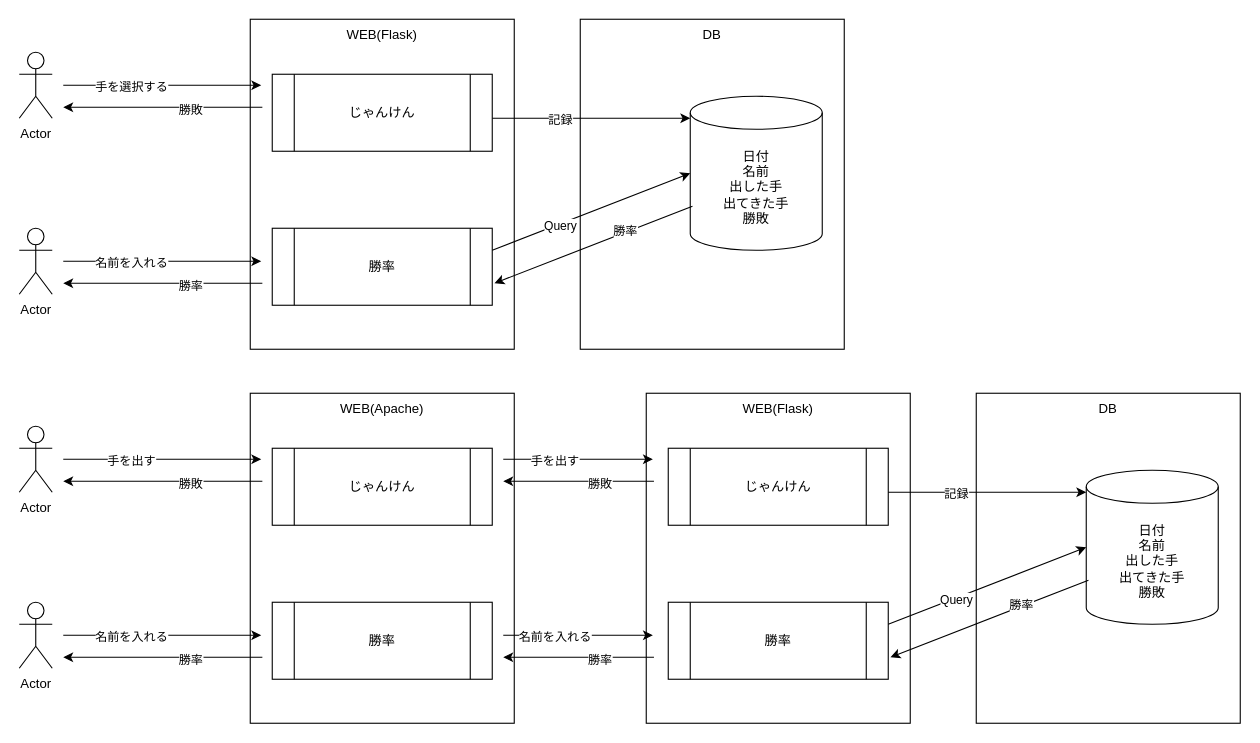
The draw.io diagram basic_system.drawio in kayaru28/drawio, before the edit. Source tidied: cells renumbered, new cells numbered last; positions are measured from the earlier drawing's top-left corner, leaving out a move shared by most shapes. Both pictures are drawn from the tidied source at 110%, with x=0, y=0 at pixel (19, 19).
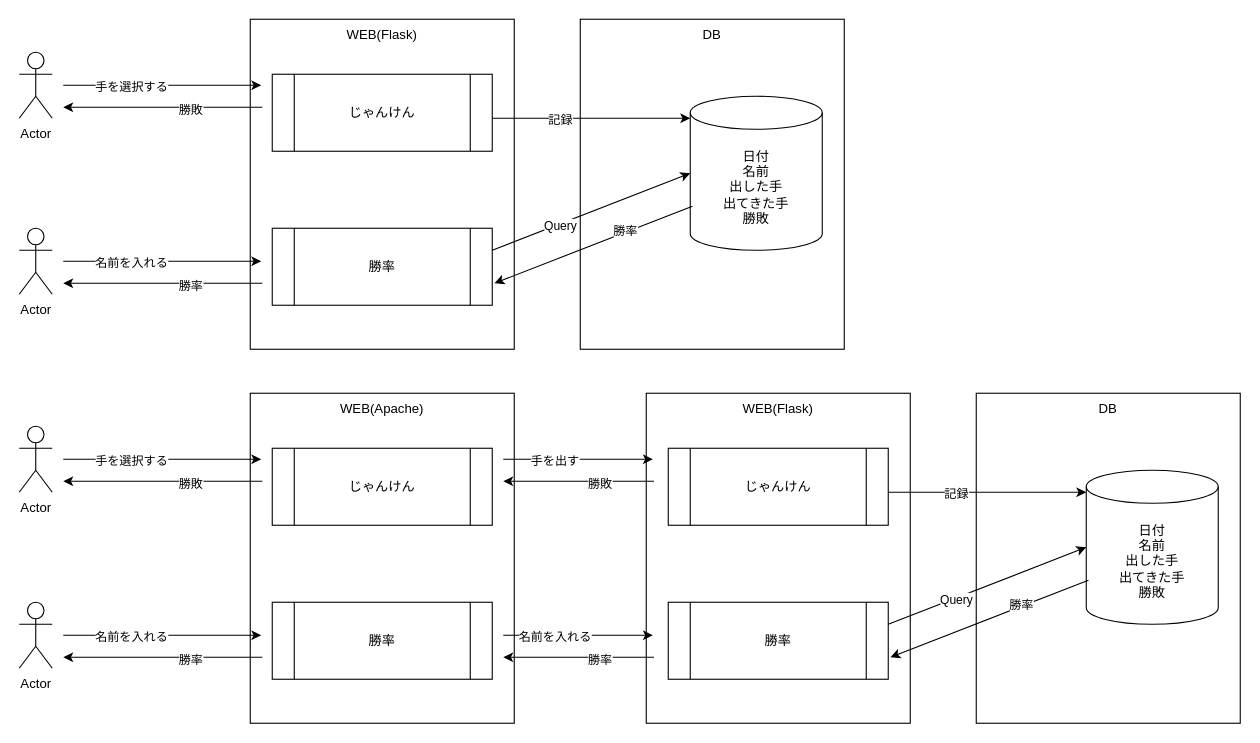
Above is the later version.

Unchanged cells that the change refers to:
```xml
<mxCell id="33" style="endArrow=classic;html=1;" parent="1" edge="1">
  <mxGeometry relative="1" as="geometry">
    <mxPoint x="40" y="400" as="sourcePoint" />
    <mxPoint x="220" y="400" as="targetPoint" />
  </mxGeometry>
</mxCell>
```

Diff of the diagram source:
```diff
@@
-    <mxCell id="34" value="&lt;div&gt;手を出す&lt;/div&gt;" style="edgeLabel;html=1;align=center;verticalAlign=middle;" parent="33" vertex="1">
+    <mxCell id="34" value="&lt;div&gt;手を選択する&lt;/div&gt;" style="edgeLabel;html=1;align=center;verticalAlign=middle;" parent="33" vertex="1">
       <mxGeometry x="-0.32" y="-1" relative="1" as="geometry" />
     </mxCell>
```
